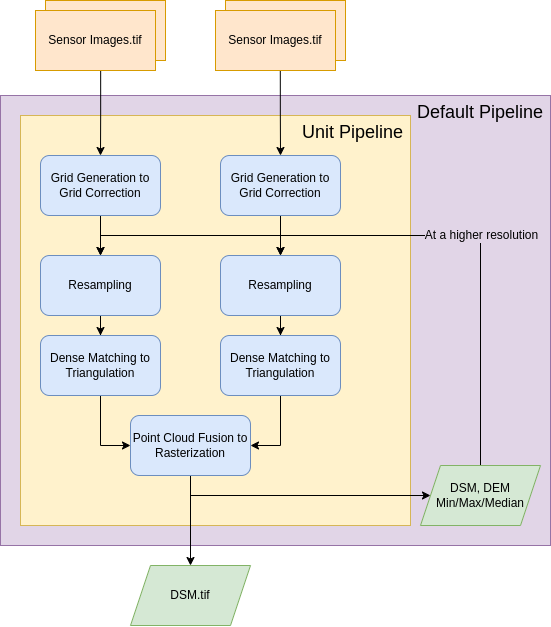
Above: docs/source/images/cars_pipeline_multi_pair.png in CNES/cars (draw.io), before the change. Source tidied: cells renumbered, new cells last; positions are measured from the earlier drawing's top-left corner, leaving out a move shared by most shapes.
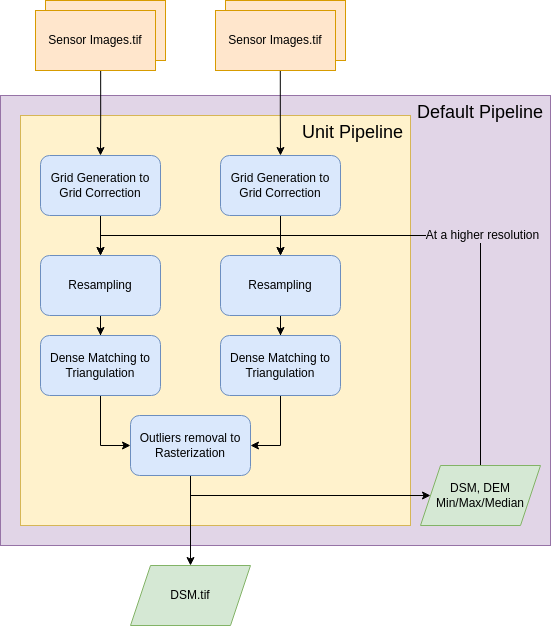
Later version of the same file.

Diff of the diagram source:
```diff
@@ -38,7 +38,7 @@
     <mxCell id="13" style="edgeStyle=orthogonalEdgeStyle;rounded=0;jettySize=auto;html=1;exitX=0.5;exitY=1;exitDx=0;exitDy=0;" parent="1" edge="1" source="14" target="29">
       <mxGeometry relative="1" as="geometry" />
     </mxCell>
-    <mxCell id="14" value="Point Cloud Fusion to Rasterization" style="rounded=1;whiteSpace=wrap;html=1;fillColor=#dae8fc;strokeColor=#6c8ebf;" parent="1" vertex="1">
+    <mxCell id="14" value="Outliers removal to Rasterization" style="rounded=1;whiteSpace=wrap;html=1;fillColor=#dae8fc;strokeColor=#6c8ebf;" parent="1" vertex="1">
       <mxGeometry x="130" y="415" width="120" height="60" as="geometry" />
     </mxCell>
     <mxCell id="15" style="edgeStyle=orthogonalEdgeStyle;rounded=0;jettySize=auto;html=1;exitX=0.5;exitY=1;exitDx=0;exitDy=0;" parent="1" edge="1" source="16" target="30">
```
